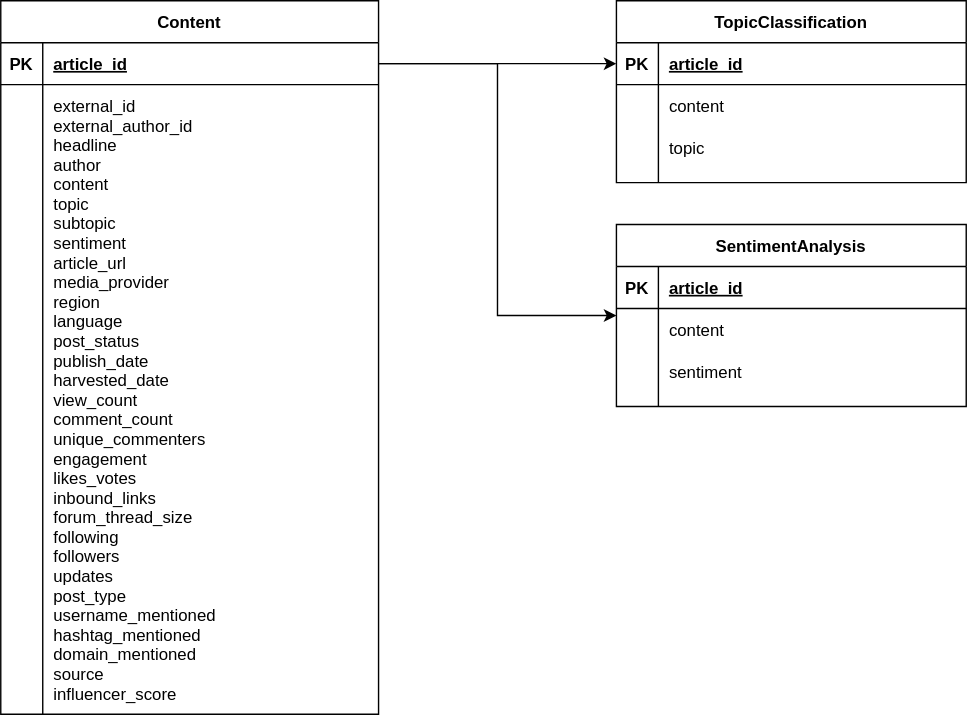
Before: db.svg, a diagram exported from draw.io (nadiaasrin/neddo). Source tidied: cells renumbered, new cells last; positions are measured from the earlier drawing's top-left corner, leaving out a move shared by most shapes.
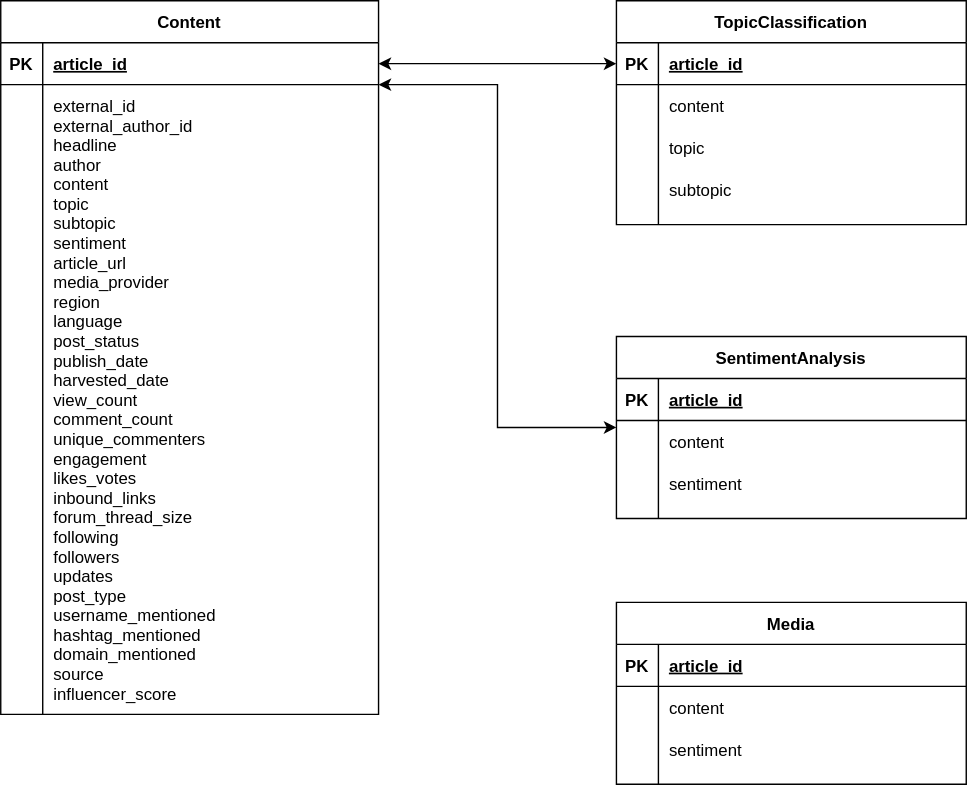
The same diagram one commit later.

The edit, as a diff of the source:
```diff
@@ -3,7 +3,7 @@
     <mxCell id="0" />
     <mxCell id="1" parent="0" />
     <mxCell id="2" value="TopicClassification" style="shape=table;startSize=30;rowLines=0;fontStyle=1;align=center;" parent="1" vertex="1">
-      <mxGeometry x="440" width="250" height="130" as="geometry" />
+      <mxGeometry x="440" width="250" height="160" as="geometry" />
     </mxCell>
     <mxCell id="3" style="shape=partialRectangle;fillColor=none;points=[[0,0.5],[1,0.5]];portConstraint=eastwest;top=0;left=0;right=0;bottom=1;" parent="2" vertex="1">
       <mxGeometry y="30" width="250" height="30" as="geometry" />
@@ -33,7 +33,7 @@
       <mxGeometry x="30" width="220" height="30" as="geometry" />
     </mxCell>
     <mxCell id="12" value="SentimentAnalysis" style="shape=table;startSize=30;rowLines=0;fontStyle=1;align=center;" parent="1" vertex="1">
-      <mxGeometry x="440" y="160" width="250" height="130" as="geometry" />
+      <mxGeometry x="440" y="240" width="250" height="130" as="geometry" />
     </mxCell>
     <mxCell id="13" style="shape=partialRectangle;fillColor=none;top=0;left=0;right=0;bottom=1;" parent="12" vertex="1">
       <mxGeometry y="30" width="250" height="30" as="geometry" />
@@ -86,11 +86,49 @@
     <mxCell id="29" value="external_id&#10;external_author_id&#10;headline&#10;author&#10;content&#10;topic&#10;subtopic&#10;sentiment&#10;article_url&#10;media_provider&#10;region&#10;language&#10;post_status&#10;publish_date&#10;harvested_date&#10;view_count &#10;comment_count&#10;unique_commenters&#10;engagement&#10;likes_votes&#10;inbound_links&#10;forum_thread_size&#10;following&#10;followers&#10;updates&#10;post_type&#10;username_mentioned&#10;hashtag_mentioned&#10;domain_mentioned&#10;source&#10;influencer_score" style="shape=partialRectangle;overflow=hidden;fillColor=none;top=0;left=0;bottom=0;right=0;align=left;spacingLeft=6;fontStyle=0;" parent="1" vertex="1">
       <mxGeometry x="30" y="60" width="240" height="450" as="geometry" />
     </mxCell>
-    <mxCell id="30" style="edgeStyle=orthogonalEdgeStyle;rounded=0;jettySize=auto;html=1;entryX=0;entryY=0.5;entryDx=0;entryDy=0;" parent="1" edge="1" source="23" target="12">
-      <mxGeometry relative="1" as="geometry" />
+    <mxCell id="30" style="edgeStyle=orthogonalEdgeStyle;rounded=0;jettySize=auto;html=1;entryX=0;entryY=0.5;entryDx=0;entryDy=0;startArrow=classic;startFill=1;" parent="1" edge="1" source="23" target="12">
+      <mxGeometry relative="1" as="geometry">
+        <Array as="points">
+          <mxPoint x="355" y="60" />
+          <mxPoint x="355" y="305" />
+        </Array>
+      </mxGeometry>
     </mxCell>
-    <mxCell id="31" style="edgeStyle=orthogonalEdgeStyle;rounded=0;jettySize=auto;html=1;" parent="1" edge="1" source="23" target="3">
+    <mxCell id="31" style="edgeStyle=orthogonalEdgeStyle;rounded=0;jettySize=auto;html=1;startArrow=classic;startFill=1;" parent="1" edge="1" source="23" target="3">
       <mxGeometry relative="1" as="geometry" />
     </mxCell>
+    <mxCell id="32" value="Media" style="shape=table;startSize=30;rowLines=0;fontStyle=1;align=center;" parent="1" vertex="1">
+      <mxGeometry x="440" y="430" width="250" height="130" as="geometry" />
+    </mxCell>
+    <mxCell id="33" style="shape=partialRectangle;fillColor=none;top=0;left=0;right=0;bottom=1;" parent="32" vertex="1">
+      <mxGeometry y="30" width="250" height="30" as="geometry" />
+    </mxCell>
+    <mxCell id="34" value="PK" style="shape=partialRectangle;overflow=hidden;fillColor=none;top=0;left=0;bottom=0;right=0;fontStyle=1;" parent="33" vertex="1">
+      <mxGeometry width="30" height="30" as="geometry" />
+    </mxCell>
+    <mxCell id="35" value="article_id" style="shape=partialRectangle;overflow=hidden;fillColor=none;top=0;left=0;bottom=0;right=0;align=left;spacingLeft=6;fontStyle=5;" parent="33" vertex="1">
+      <mxGeometry x="30" width="220" height="30" as="geometry" />
+    </mxCell>
+    <mxCell id="36" style="shape=partialRectangle;fillColor=none;top=0;left=0;right=0;bottom=0;" parent="32" vertex="1">
+      <mxGeometry y="60" width="250" height="30" as="geometry" />
+    </mxCell>
+    <mxCell id="37" style="shape=partialRectangle;overflow=hidden;fillColor=none;top=0;left=0;bottom=0;right=0;" parent="36" vertex="1">
+      <mxGeometry width="30" height="30" as="geometry" />
+    </mxCell>
+    <mxCell id="38" value="content" style="shape=partialRectangle;overflow=hidden;fillColor=none;top=0;left=0;bottom=0;right=0;align=left;spacingLeft=6;" parent="36" vertex="1">
+      <mxGeometry x="30" width="220" height="30" as="geometry" />
+    </mxCell>
+    <mxCell id="39" style="shape=partialRectangle;fillColor=none;top=0;left=0;right=0;bottom=0;" parent="32" vertex="1">
+      <mxGeometry y="90" width="250" height="30" as="geometry" />
+    </mxCell>
+    <mxCell id="40" style="shape=partialRectangle;overflow=hidden;fillColor=none;top=0;left=0;bottom=0;right=0;" parent="39" vertex="1">
+      <mxGeometry width="30" height="30" as="geometry" />
+    </mxCell>
+    <mxCell id="41" value="sentiment" style="shape=partialRectangle;overflow=hidden;fillColor=none;top=0;left=0;bottom=0;right=0;align=left;spacingLeft=6;" parent="39" vertex="1">
+      <mxGeometry x="30" width="220" height="30" as="geometry" />
+    </mxCell>
+    <mxCell id="42" value="subtopic" style="shape=partialRectangle;overflow=hidden;fillColor=none;top=0;left=0;bottom=0;right=0;align=left;spacingLeft=6;" parent="1" vertex="1">
+      <mxGeometry x="470" y="120" width="220" height="30" as="geometry" />
+    </mxCell>
   </root>
 </mxGraphModel>
```
